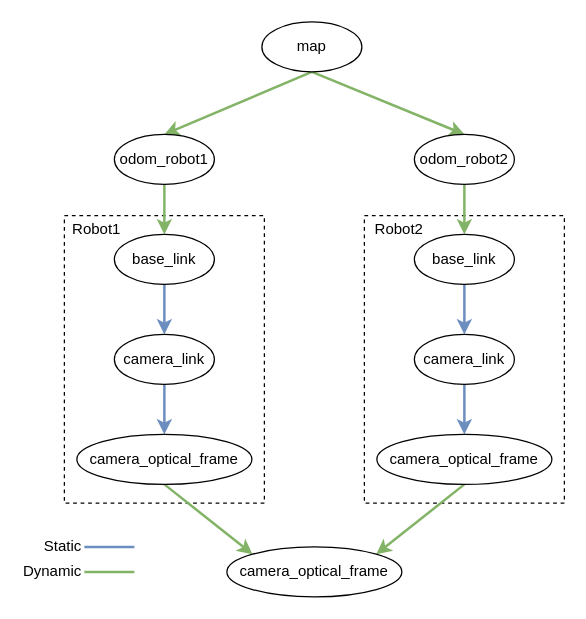
Above: page "demo-dynamic" (1 of 2) of src/resources/ros-tf.drawio in harleylara/robotics (draw.io), before the change. Source tidied: cells renumbered, new cells numbered last; positions are measured from the earlier drawing's top-left corner, leaving out a move shared by most shapes. Both pictures are drawn from the tidied source at 125%, with x=0, y=0 at pixel (21, 21).
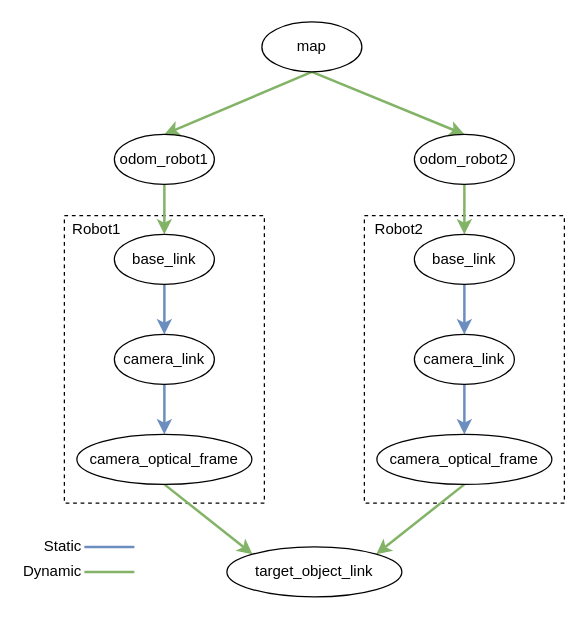
The same diagram, later.

Commit message:
add example of simple setup camera object and base

Diff of the diagram source:
```diff
@@
-    <mxCell id="23" value="camera_optical_frame" style="rounded=0;whiteSpace=wrap;html=1;shape=ellipse;perimeter=ellipsePerimeter;" parent="1" vertex="1">
+    <mxCell id="23" value="target_object_link" style="rounded=0;whiteSpace=wrap;html=1;shape=ellipse;perimeter=ellipsePerimeter;" parent="1" vertex="1">
       <mxGeometry x="164" y="420" width="140" height="40" as="geometry" />
     </mxCell>
```
